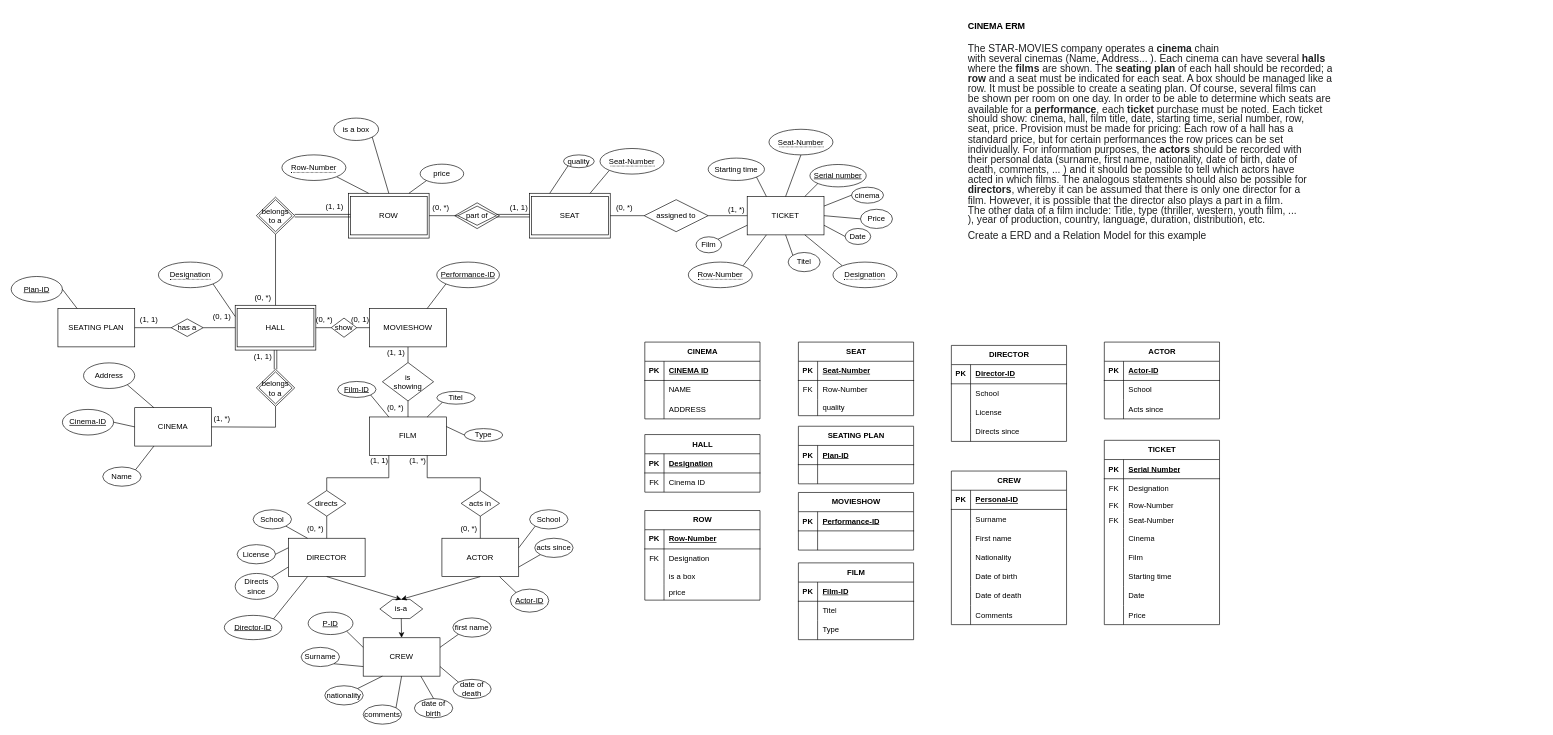
This is CINEMA.drawio from mars-veracruz/First-Repo, a draw.io file, before an edit. Source tidied: cells renumbered, new cells numbered last; positions are measured from the earlier drawing's top-left corner, leaving out a move shared by most shapes. Both pictures are drawn from the tidied source at 64%, with x=0, y=0 at pixel (11, 11).
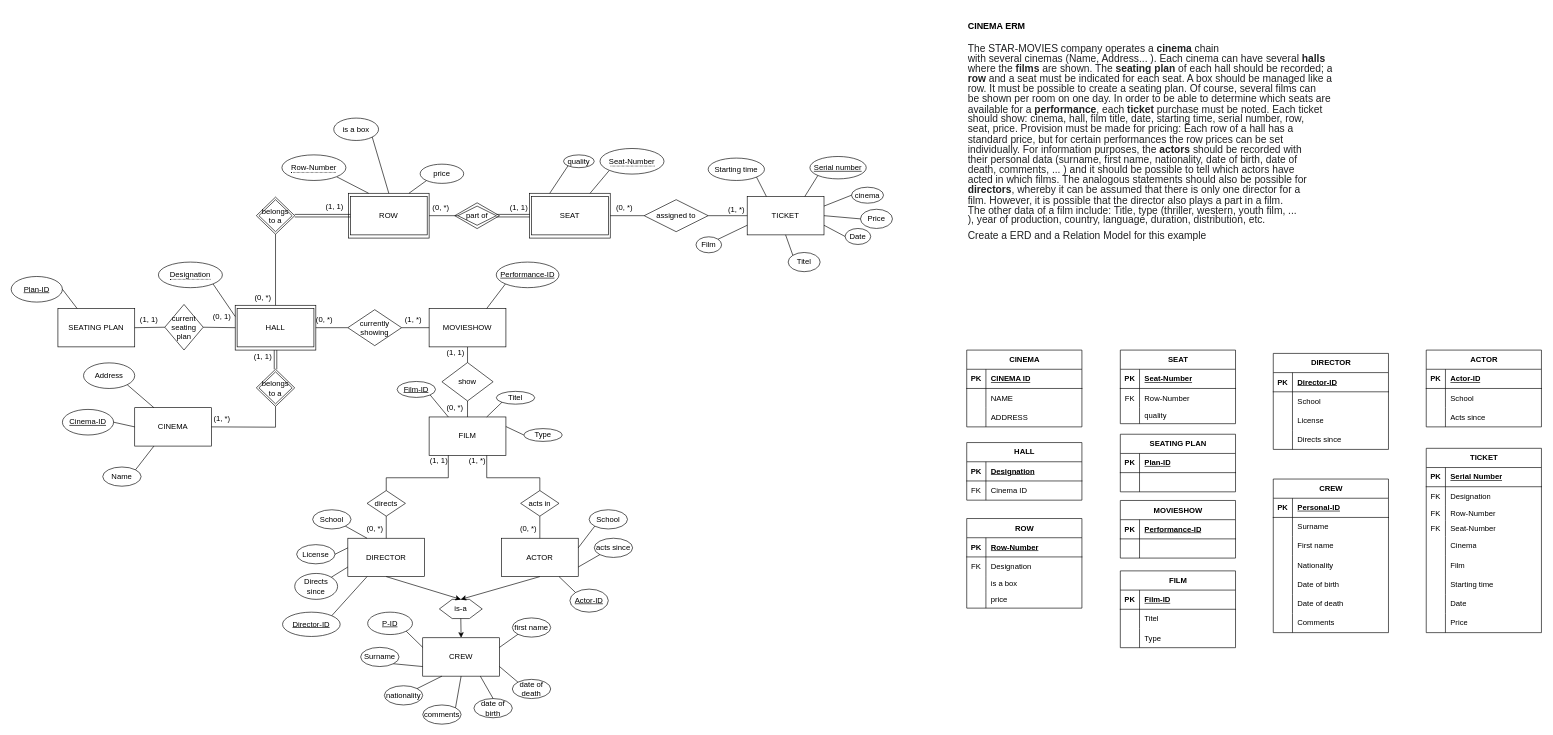
The same page after the edit.

Unchanged cells that the change refers to:
```xml
<mxCell id="15" value="TICKET" style="whiteSpace=wrap;html=1;" parent="1" vertex="1">
  <mxGeometry x="1150" y="289.5" width="120" height="60" as="geometry" />
</mxCell>
```

What changed in the source:
```diff
@@
-    <mxCell id="12" value="is&lt;br&gt;showing" style="rhombus;whiteSpace=wrap;html=1;" parent="1" vertex="1">
-      <mxGeometry x="580" y="549" width="80" height="60" as="geometry" />
+    <mxCell id="12" value="show" style="rhombus;whiteSpace=wrap;html=1;" parent="1" vertex="1">
+      <mxGeometry x="673" y="549" width="80" height="60" as="geometry" />
     </mxCell>
     <mxCell id="13" value="ACTOR" style="rounded=0;whiteSpace=wrap;html=1;" parent="1" vertex="1">
-      <mxGeometry x="673" y="823.5" width="120" height="60" as="geometry" />
+      <mxGeometry x="766" y="823.5" width="120" height="60" as="geometry" />
     </mxCell>
     <mxCell id="14" value="DIRECTOR" style="rounded=0;whiteSpace=wrap;html=1;" parent="1" vertex="1">
-      <mxGeometry x="433" y="823.5" width="120" height="60" as="geometry" />
+      <mxGeometry x="526" y="823.5" width="120" height="60" as="geometry" />
     </mxCell>
@@
     <mxCell id="16" value="FILM" style="whiteSpace=wrap;html=1;" parent="1" vertex="1">
-      <mxGeometry x="560" y="634" width="120" height="60" as="geometry" />
+      <mxGeometry x="653" y="634" width="120" height="60" as="geometry" />
     </mxCell>
     <mxCell id="17" value="directs" style="rhombus;whiteSpace=wrap;html=1;" parent="1" vertex="1">
-      <mxGeometry x="463" y="749" width="60" height="40" as="geometry" />
+      <mxGeometry x="556" y="749" width="60" height="40" as="geometry" />
     </mxCell>
     <mxCell id="18" value="acts in" style="rhombus;whiteSpace=wrap;html=1;" parent="1" vertex="1">
-      <mxGeometry x="703" y="749" width="60" height="40" as="geometry" />
+      <mxGeometry x="796" y="749" width="60" height="40" as="geometry" />
     </mxCell>
@@
     <mxCell id="30" value="acts since" style="ellipse;whiteSpace=wrap;html=1;" parent="1" vertex="1">
-      <mxGeometry x="818" y="823.5" width="60" height="30" as="geometry" />
+      <mxGeometry x="911" y="823.5" width="60" height="30" as="geometry" />
     </mxCell>
@@
     <mxCell id="32" value="School" style="ellipse;whiteSpace=wrap;html=1;" parent="1" vertex="1">
-      <mxGeometry x="378" y="779" width="60" height="30" as="geometry" />
+      <mxGeometry x="471" y="779" width="60" height="30" as="geometry" />
     </mxCell>
     <mxCell id="33" value="License" style="ellipse;whiteSpace=wrap;html=1;" parent="1" vertex="1">
-      <mxGeometry x="353" y="833.5" width="60" height="30" as="geometry" />
+      <mxGeometry x="446" y="833.5" width="60" height="30" as="geometry" />
     </mxCell>
     <mxCell id="34" value="Directs since" style="ellipse;whiteSpace=wrap;html=1;" parent="1" vertex="1">
-      <mxGeometry x="350" y="878.5" width="67" height="40.5" as="geometry" />
+      <mxGeometry x="443" y="878.5" width="67" height="40.5" as="geometry" />
     </mxCell>
@@
     <mxCell id="38" value="Titel" style="ellipse;whiteSpace=wrap;html=1;" parent="1" vertex="1">
-      <mxGeometry x="665" y="594" width="60" height="20" as="geometry" />
+      <mxGeometry x="758" y="594" width="60" height="20" as="geometry" />
     </mxCell>
     <mxCell id="39" value="&lt;u&gt;Film-ID&lt;/u&gt;" style="ellipse;whiteSpace=wrap;html=1;" parent="1" vertex="1">
-      <mxGeometry x="510" y="578.5" width="60" height="25" as="geometry" />
+      <mxGeometry x="603" y="578.5" width="60" height="25" as="geometry" />
     </mxCell>
@@
     <mxCell id="43" value="&lt;u&gt;Serial number&lt;/u&gt;" style="ellipse;whiteSpace=wrap;html=1;" parent="1" vertex="1">
-      <mxGeometry x="1248" y="239.5" width="88" height="35" as="geometry" />
+      <mxGeometry x="1248" y="227" width="88" height="35" as="geometry" />
     </mxCell>
@@
-    <mxCell id="49" style="endArrow=none;html=1;rounded=0;entryX=0.75;entryY=1;entryDx=0;entryDy=0;exitX=0;exitY=0;exitDx=0;exitDy=0;" parent="1" edge="1" source="131" target="15">
-      <mxGeometry relative="1" as="geometry" />
-    </mxCell>
@@
-    <mxCell id="56" style="endArrow=none;html=1;rounded=0;exitX=1;exitY=0;exitDx=0;exitDy=0;entryX=0.25;entryY=1;entryDx=0;entryDy=0;" parent="1" edge="1" source="130" target="15">
-      <mxGeometry relative="1" as="geometry" />
-    </mxCell>
-    <mxCell id="57" style="endArrow=none;html=1;rounded=0;exitX=0.5;exitY=0;exitDx=0;exitDy=0;entryX=0.5;entryY=1;entryDx=0;entryDy=0;" parent="1" edge="1" source="15" target="132">
-      <mxGeometry relative="1" as="geometry" />
-    </mxCell>
@@
     <mxCell id="69" value="CREW" style="rounded=0;whiteSpace=wrap;html=1;" parent="1" vertex="1">
-      <mxGeometry x="550" y="979" width="120" height="60" as="geometry" />
+      <mxGeometry x="643" y="979" width="120" height="60" as="geometry" />
     </mxCell>
     <mxCell id="70" value="Surname" style="ellipse;whiteSpace=wrap;html=1;" parent="1" vertex="1">
-      <mxGeometry x="453" y="994" width="60" height="30" as="geometry" />
+      <mxGeometry x="546" y="994" width="60" height="30" as="geometry" />
     </mxCell>
     <mxCell id="71" value="first name" style="ellipse;whiteSpace=wrap;html=1;" parent="1" vertex="1">
-      <mxGeometry x="690" y="948" width="60" height="30" as="geometry" />
+      <mxGeometry x="783" y="948" width="60" height="30" as="geometry" />
     </mxCell>
     <mxCell id="72" value="nationality" style="ellipse;whiteSpace=wrap;html=1;" parent="1" vertex="1">
-      <mxGeometry x="490" y="1054" width="60" height="30" as="geometry" />
+      <mxGeometry x="583" y="1054" width="60" height="30" as="geometry" />
     </mxCell>
     <mxCell id="73" value="date of birth" style="ellipse;whiteSpace=wrap;html=1;" parent="1" vertex="1">
-      <mxGeometry x="630" y="1074" width="60" height="30" as="geometry" />
+      <mxGeometry x="723" y="1074" width="60" height="30" as="geometry" />
     </mxCell>
     <mxCell id="74" value="date of death" style="ellipse;whiteSpace=wrap;html=1;" parent="1" vertex="1">
-      <mxGeometry x="690" y="1044" width="60" height="30" as="geometry" />
+      <mxGeometry x="783" y="1044" width="60" height="30" as="geometry" />
     </mxCell>
     <mxCell id="75" value="comments" style="ellipse;whiteSpace=wrap;html=1;" parent="1" vertex="1">
-      <mxGeometry x="550" y="1084" width="60" height="30" as="geometry" />
+      <mxGeometry x="643" y="1084" width="60" height="30" as="geometry" />
     </mxCell>
@@
     <mxCell id="82" value="(1, 1)" style="text;html=1;align=center;verticalAlign=middle;strokeColor=none;fillColor=none;" parent="1" vertex="1">
-      <mxGeometry x="576" y="519" width="50" height="30" as="geometry" />
+      <mxGeometry x="669" y="519" width="50" height="30" as="geometry" />
     </mxCell>
     <mxCell id="83" value="(0, *)" style="text;html=1;align=center;verticalAlign=middle;strokeColor=none;fillColor=none;" parent="1" vertex="1">
-      <mxGeometry x="575" y="604.5" width="50" height="30" as="geometry" />
+      <mxGeometry x="668" y="604.5" width="50" height="30" as="geometry" />
     </mxCell>
@@
     <mxCell id="85" value="&lt;u&gt;P-ID&lt;br&gt;&lt;/u&gt;" style="ellipse;whiteSpace=wrap;html=1;" parent="1" vertex="1">
-      <mxGeometry x="464" y="939" width="70" height="35" as="geometry" />
+      <mxGeometry x="557" y="939" width="70" height="35" as="geometry" />
     </mxCell>
@@
     <mxCell id="93" style="endArrow=none;html=1;rounded=0;exitX=0.5;exitY=0;exitDx=0;exitDy=0;entryX=0.25;entryY=1;entryDx=0;entryDy=0;" parent="1" edge="1" source="17" target="16">
       <mxGeometry relative="1" as="geometry">
         <Array as="points">
-          <mxPoint x="493" y="729" />
-          <mxPoint x="590" y="729" />
+          <mxPoint x="586" y="729" />
+          <mxPoint x="683" y="729" />
         </Array>
       </mxGeometry>
     </mxCell>
     <mxCell id="94" style="endArrow=none;html=1;rounded=0;exitX=0.5;exitY=0;exitDx=0;exitDy=0;entryX=0.75;entryY=1;entryDx=0;entryDy=0;" parent="1" edge="1" source="18" target="16">
       <mxGeometry relative="1" as="geometry">
         <Array as="points">
-          <mxPoint x="733" y="729" />
-          <mxPoint x="650" y="729" />
+          <mxPoint x="826" y="729" />
+          <mxPoint x="743" y="729" />
         </Array>
       </mxGeometry>
     </mxCell>
     <mxCell id="95" value="is-a" style="shape=hexagon;perimeter=hexagonPerimeter2;whiteSpace=wrap;html=1;fixedSize=1;" parent="1" vertex="1">
-      <mxGeometry x="576" y="919" width="67" height="30" as="geometry" />
+      <mxGeometry x="669" y="919" width="67" height="30" as="geometry" />
     </mxCell>
@@
     <mxCell id="99" value="School" style="ellipse;whiteSpace=wrap;html=1;" parent="1" vertex="1">
-      <mxGeometry x="810" y="779" width="60" height="30" as="geometry" />
+      <mxGeometry x="903" y="779" width="60" height="30" as="geometry" />
     </mxCell>
@@
     <mxCell id="107" value="MOVIESHOW" style="rounded=0;whiteSpace=wrap;html=1;" parent="1" vertex="1">
-      <mxGeometry x="560" y="464.5" width="120" height="60" as="geometry" />
+      <mxGeometry x="653" y="464.5" width="120" height="60" as="geometry" />
     </mxCell>
-    <mxCell id="108" value="show" style="rhombus;whiteSpace=wrap;html=1;" parent="1" vertex="1">
-      <mxGeometry x="500" y="479.5" width="40" height="30" as="geometry" />
+    <mxCell id="108" value="currently showing" style="rhombus;whiteSpace=wrap;html=1;" parent="1" vertex="1">
+      <mxGeometry x="526" y="466.4" width="84" height="56.2" as="geometry" />
     </mxCell>
@@
     <mxCell id="117" value="(0, *)" style="text;html=1;align=center;verticalAlign=middle;strokeColor=none;fillColor=none;" parent="1" vertex="1">
-      <mxGeometry x="450" y="793.5" width="50" height="30" as="geometry" />
+      <mxGeometry x="543" y="793.5" width="50" height="30" as="geometry" />
     </mxCell>
     <mxCell id="118" value="(0, *)" style="text;html=1;align=center;verticalAlign=middle;strokeColor=none;fillColor=none;" parent="1" vertex="1">
-      <mxGeometry x="690" y="793.5" width="50" height="30" as="geometry" />
+      <mxGeometry x="783" y="793.5" width="50" height="30" as="geometry" />
     </mxCell>
     <mxCell id="119" value="(1, 1)" style="text;html=1;align=center;verticalAlign=middle;strokeColor=none;fillColor=none;" parent="1" vertex="1">
-      <mxGeometry x="550" y="687" width="50" height="30" as="geometry" />
+      <mxGeometry x="643" y="687" width="50" height="30" as="geometry" />
     </mxCell>
     <mxCell id="120" value="(1, *)" style="text;html=1;align=center;verticalAlign=middle;strokeColor=none;fillColor=none;" parent="1" vertex="1">
-      <mxGeometry x="610" y="687" width="50" height="30" as="geometry" />
+      <mxGeometry x="703" y="687" width="50" height="30" as="geometry" />
     </mxCell>
@@
-    <mxCell id="123" value="(0, 1)" style="text;html=1;align=center;verticalAlign=middle;strokeColor=none;fillColor=none;" parent="1" vertex="1">
-      <mxGeometry x="520" y="467" width="50" height="30" as="geometry" />
+    <mxCell id="123" value="(1, *)" style="text;html=1;align=center;verticalAlign=middle;strokeColor=none;fillColor=none;" parent="1" vertex="1">
+      <mxGeometry x="603" y="467" width="50" height="30" as="geometry" />
     </mxCell>
@@
-    <mxCell id="125" value="has a" style="rhombus;whiteSpace=wrap;html=1;" parent="1" vertex="1">
-      <mxGeometry x="250" y="480.8" width="50" height="27.5" as="geometry" />
+    <mxCell id="125" value="current seating plan" style="rhombus;whiteSpace=wrap;html=1;" parent="1" vertex="1">
+      <mxGeometry x="240" y="458.2" width="60" height="71.2" as="geometry" />
     </mxCell>
@@
-    <mxCell id="130" value="&lt;span style=&quot;border-bottom: 1px dotted&quot;&gt;Row-Number&lt;/span&gt;" style="ellipse;whiteSpace=wrap;html=1;align=center;" parent="1" vertex="1">
-      <mxGeometry x="1058" y="392" width="100" height="40" as="geometry" />
-    </mxCell>
-    <mxCell id="131" value="&lt;span style=&quot;border-bottom: 1px dotted&quot;&gt;Designation&lt;/span&gt;" style="ellipse;whiteSpace=wrap;html=1;align=center;" parent="1" vertex="1">
-      <mxGeometry x="1284" y="392" width="100" height="40" as="geometry" />
-    </mxCell>
-    <mxCell id="132" value="&lt;span style=&quot;border-bottom: 1px dotted&quot;&gt;Seat-Number&lt;/span&gt;" style="ellipse;whiteSpace=wrap;html=1;align=center;" parent="1" vertex="1">
-      <mxGeometry x="1184" y="184.5" width="100" height="40" as="geometry" />
-    </mxCell>
@@
     <mxCell id="135" value="&lt;u&gt;Performance-ID&lt;/u&gt;" style="ellipse;whiteSpace=wrap;html=1;" parent="1" vertex="1">
-      <mxGeometry x="664.9" y="392" width="98" height="40" as="geometry" />
+      <mxGeometry x="757.9" y="392" width="98" height="40" as="geometry" />
     </mxCell>
@@
     <mxCell id="137" value="&lt;u&gt;Director-ID&lt;/u&gt;" style="ellipse;whiteSpace=wrap;html=1;" parent="1" vertex="1">
-      <mxGeometry x="333" y="944" width="90" height="38" as="geometry" />
+      <mxGeometry x="424" y="939" width="90" height="38" as="geometry" />
     </mxCell>
     <mxCell id="138" value="&lt;u&gt;Actor-ID&lt;/u&gt;" style="ellipse;whiteSpace=wrap;html=1;" parent="1" vertex="1">
-      <mxGeometry x="780" y="903" width="60" height="36" as="geometry" />
+      <mxGeometry x="873" y="903" width="60" height="36" as="geometry" />
     </mxCell>
@@
     <mxCell id="141" value="CINEMA" style="shape=table;startSize=30;childLayout=tableLayout;rowLines=0;fontStyle=1;align=center;html=1;" parent="1" vertex="1">
-      <mxGeometry x="990" y="517" width="180" height="120" as="geometry" />
+      <mxGeometry x="1493" y="529.5" width="180" height="120" as="geometry" />
     </mxCell>
@@
     <mxCell id="151" value="HALL" style="shape=table;startSize=30;childLayout=tableLayout;rowLines=0;fontStyle=1;align=center;html=1;" parent="1" vertex="1">
-      <mxGeometry x="990" y="661.5" width="180" height="90" as="geometry" />
+      <mxGeometry x="1493" y="674" width="180" height="90" as="geometry" />
     </mxCell>
@@
     <mxCell id="158" value="ROW" style="shape=table;startSize=30;childLayout=tableLayout;rowLines=0;fontStyle=1;align=center;html=1;" parent="1" vertex="1">
-      <mxGeometry x="990" y="780.2" width="180" height="140" as="geometry" />
+      <mxGeometry x="1493" y="792.7" width="180" height="140" as="geometry" />
     </mxCell>
@@
     <mxCell id="171" value="SEAT" style="shape=table;startSize=30;childLayout=tableLayout;rowLines=0;fontStyle=1;align=center;html=1;" parent="1" vertex="1">
-      <mxGeometry x="1230" y="517" width="180" height="115" as="geometry" />
+      <mxGeometry x="1733" y="529.5" width="180" height="115" as="geometry" />
     </mxCell>
@@
     <mxCell id="181" value="TICKET" style="shape=table;startSize=30;childLayout=tableLayout;rowLines=0;fontStyle=1;align=center;html=1;" parent="1" vertex="1">
-      <mxGeometry x="1708" y="670.5" width="180" height="288" as="geometry" />
+      <mxGeometry x="2211" y="683" width="180" height="288" as="geometry" />
     </mxCell>
@@
     <mxCell id="210" value="Type" style="ellipse;whiteSpace=wrap;html=1;" parent="1" vertex="1">
-      <mxGeometry x="708" y="652.2" width="60" height="20" as="geometry" />
+      <mxGeometry x="801" y="652.2" width="60" height="20" as="geometry" />
     </mxCell>
     <mxCell id="211" value="SEATING PLAN" style="shape=table;startSize=30;childLayout=tableLayout;rowLines=0;fontStyle=1;align=center;html=1;" parent="1" vertex="1">
-      <mxGeometry x="1230" y="648.5" width="180" height="90" as="geometry" />
+      <mxGeometry x="1733" y="661" width="180" height="90" as="geometry" />
     </mxCell>
@@
     <mxCell id="218" value="MOVIESHOW" style="shape=table;startSize=30;childLayout=tableLayout;rowLines=0;fontStyle=1;align=center;html=1;" parent="1" vertex="1">
-      <mxGeometry x="1230" y="752" width="180" height="90" as="geometry" />
+      <mxGeometry x="1733" y="764.5" width="180" height="90" as="geometry" />
     </mxCell>
@@
     <mxCell id="225" value="FILM" style="shape=table;startSize=30;childLayout=tableLayout;rowLines=0;fontStyle=1;align=center;html=1;" parent="1" vertex="1">
-      <mxGeometry x="1230" y="862" width="180" height="120" as="geometry" />
+      <mxGeometry x="1733" y="874.5" width="180" height="120" as="geometry" />
     </mxCell>
@@
     <mxCell id="235" value="DIRECTOR" style="shape=table;startSize=30;childLayout=tableLayout;rowLines=0;fontStyle=1;align=center;html=1;" parent="1" vertex="1">
-      <mxGeometry x="1469" y="522.2" width="180" height="150" as="geometry" />
+      <mxGeometry x="1972" y="534.7" width="180" height="150" as="geometry" />
     </mxCell>
@@
     <mxCell id="248" value="ACTOR" style="shape=table;startSize=30;childLayout=tableLayout;rowLines=0;fontStyle=1;align=center;html=1;" parent="1" vertex="1">
-      <mxGeometry x="1708" y="517" width="180" height="120" as="geometry" />
+      <mxGeometry x="2211" y="529.5" width="180" height="120" as="geometry" />
     </mxCell>
@@
     <mxCell id="258" value="CREW" style="shape=table;startSize=30;childLayout=tableLayout;rowLines=0;fontStyle=1;align=center;html=1;" parent="1" vertex="1">
-      <mxGeometry x="1469" y="718.5" width="180" height="240" as="geometry" />
+      <mxGeometry x="1972" y="731" width="180" height="240" as="geometry" />
     </mxCell>
```
